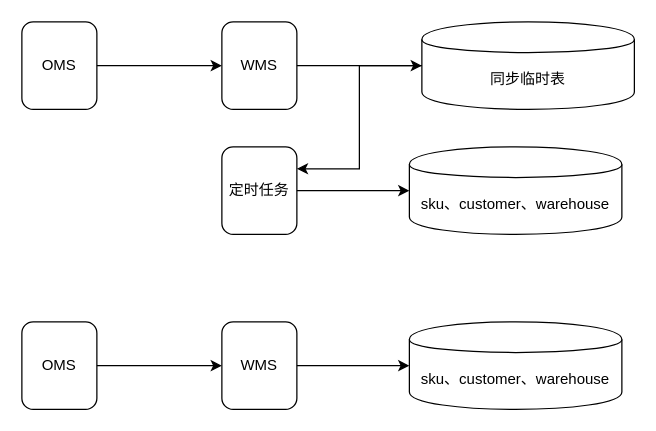
Above: 数据同步.drawio in zhchenxin/flow (draw.io), before the change. Source tidied: cells renumbered, new cells numbered last; positions are measured from the earlier drawing's top-left corner, leaving out a move shared by most shapes. Both pictures are drawn from the tidied source at 125%, with x=0, y=0 at pixel (21, 21).
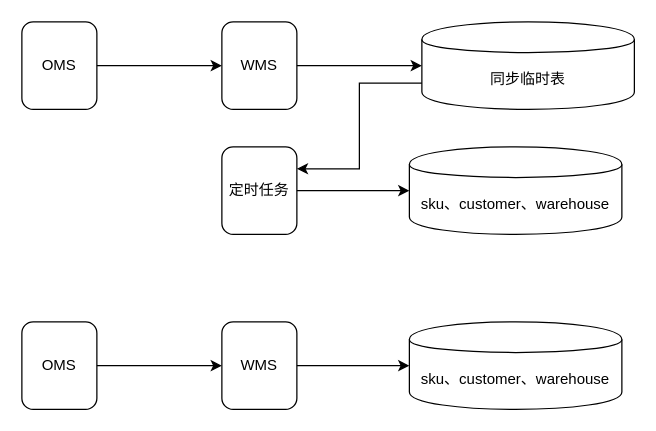
After the change.

Commit message (it also covers changes not shown here):
更新数据同步.drawio

What changed in the source:
```diff
@@
 <mxGraphModel>
   <root>
     <mxCell id="0" />
     <mxCell id="1" parent="0" />
     <mxCell id="2" style="group;" parent="1" vertex="1">
       <mxGeometry width="490" height="170" as="geometry" />
     </mxCell>
     <mxCell id="3" value="OMS" style="rounded=1;whiteSpace=wrap;html=1;" parent="2" vertex="1">
       <mxGeometry width="60" height="70" as="geometry" />
     </mxCell>
     <mxCell id="4" value="WMS" style="rounded=1;whiteSpace=wrap;html=1;" parent="2" vertex="1">
       <mxGeometry x="160" width="60" height="70" as="geometry" />
     </mxCell>
     <mxCell id="5" style="edgeStyle=orthogonalEdgeStyle;rounded=0;jettySize=auto;html=1;exitX=1;exitY=0.5;exitDx=0;exitDy=0;entryX=0;entryY=0.5;entryDx=0;entryDy=0;" parent="2" edge="1" source="3" target="4">
       <mxGeometry relative="1" as="geometry" />
     </mxCell>
     <mxCell id="6" value="同步临时表" style="shape=cylinder;whiteSpace=wrap;html=1;boundedLbl=1;backgroundOutline=1;" parent="2" vertex="1">
       <mxGeometry x="320" width="170" height="70" as="geometry" />
     </mxCell>
     <mxCell id="7" style="edgeStyle=orthogonalEdgeStyle;rounded=0;jettySize=auto;html=1;exitX=1;exitY=0.5;exitDx=0;exitDy=0;entryX=0;entryY=0.5;entryDx=0;entryDy=0;" parent="2" edge="1" source="4" target="6">
       <mxGeometry relative="1" as="geometry" />
     </mxCell>
     <mxCell id="8" value="定时任务" style="rounded=1;whiteSpace=wrap;html=1;" parent="2" vertex="1">
       <mxGeometry x="160" y="100" width="60" height="70" as="geometry" />
     </mxCell>
-    <mxCell id="9" style="edgeStyle=orthogonalEdgeStyle;rounded=0;jettySize=auto;html=1;entryX=1;entryY=0.25;entryDx=0;entryDy=0;" parent="2" edge="1" source="6" target="8">
+    <mxCell id="9" style="edgeStyle=orthogonalEdgeStyle;rounded=0;jettySize=auto;html=1;entryX=1;entryY=0.25;entryDx=0;entryDy=0;exitX=0;exitY=0.7;exitDx=0;exitDy=0;" parent="2" edge="1" source="6" target="8">
       <mxGeometry relative="1" as="geometry" />
     </mxCell>
     <mxCell id="10" value="sku、customer、warehouse" style="shape=cylinder;whiteSpace=wrap;html=1;boundedLbl=1;backgroundOutline=1;" parent="2" vertex="1">
       <mxGeometry x="310" y="100" width="170" height="70" as="geometry" />
     </mxCell>
     <mxCell id="11" style="edgeStyle=orthogonalEdgeStyle;rounded=0;jettySize=auto;html=1;exitX=1;exitY=0.5;exitDx=0;exitDy=0;entryX=0;entryY=0.5;entryDx=0;entryDy=0;" parent="2" edge="1" source="8" target="10">
       <mxGeometry relative="1" as="geometry" />
     </mxCell>
     <mxCell id="12" style="group;" parent="1" vertex="1">
       <mxGeometry y="240" width="480" height="70" as="geometry" />
     </mxCell>
     <mxCell id="13" value="OMS" style="rounded=1;whiteSpace=wrap;html=1;" parent="12" vertex="1">
       <mxGeometry width="60" height="70" as="geometry" />
     </mxCell>
     <mxCell id="14" value="WMS" style="rounded=1;whiteSpace=wrap;html=1;" parent="12" vertex="1">
       <mxGeometry x="160" width="60" height="70" as="geometry" />
     </mxCell>
     <mxCell id="15" style="edgeStyle=orthogonalEdgeStyle;rounded=0;jettySize=auto;html=1;exitX=1;exitY=0.5;exitDx=0;exitDy=0;entryX=0;entryY=0.5;entryDx=0;entryDy=0;" parent="12" edge="1" source="13" target="14">
       <mxGeometry relative="1" as="geometry" />
     </mxCell>
     <mxCell id="16" value="sku、customer、warehouse" style="shape=cylinder;whiteSpace=wrap;html=1;boundedLbl=1;backgroundOutline=1;" parent="12" vertex="1">
       <mxGeometry x="310" width="170" height="70" as="geometry" />
     </mxCell>
     <mxCell id="17" style="edgeStyle=orthogonalEdgeStyle;rounded=0;jettySize=auto;html=1;exitX=1;exitY=0.5;exitDx=0;exitDy=0;entryX=0;entryY=0.5;entryDx=0;entryDy=0;" parent="12" edge="1" source="14" target="16">
       <mxGeometry relative="1" as="geometry" />
     </mxCell>
   </root>
 </mxGraphModel>
```
